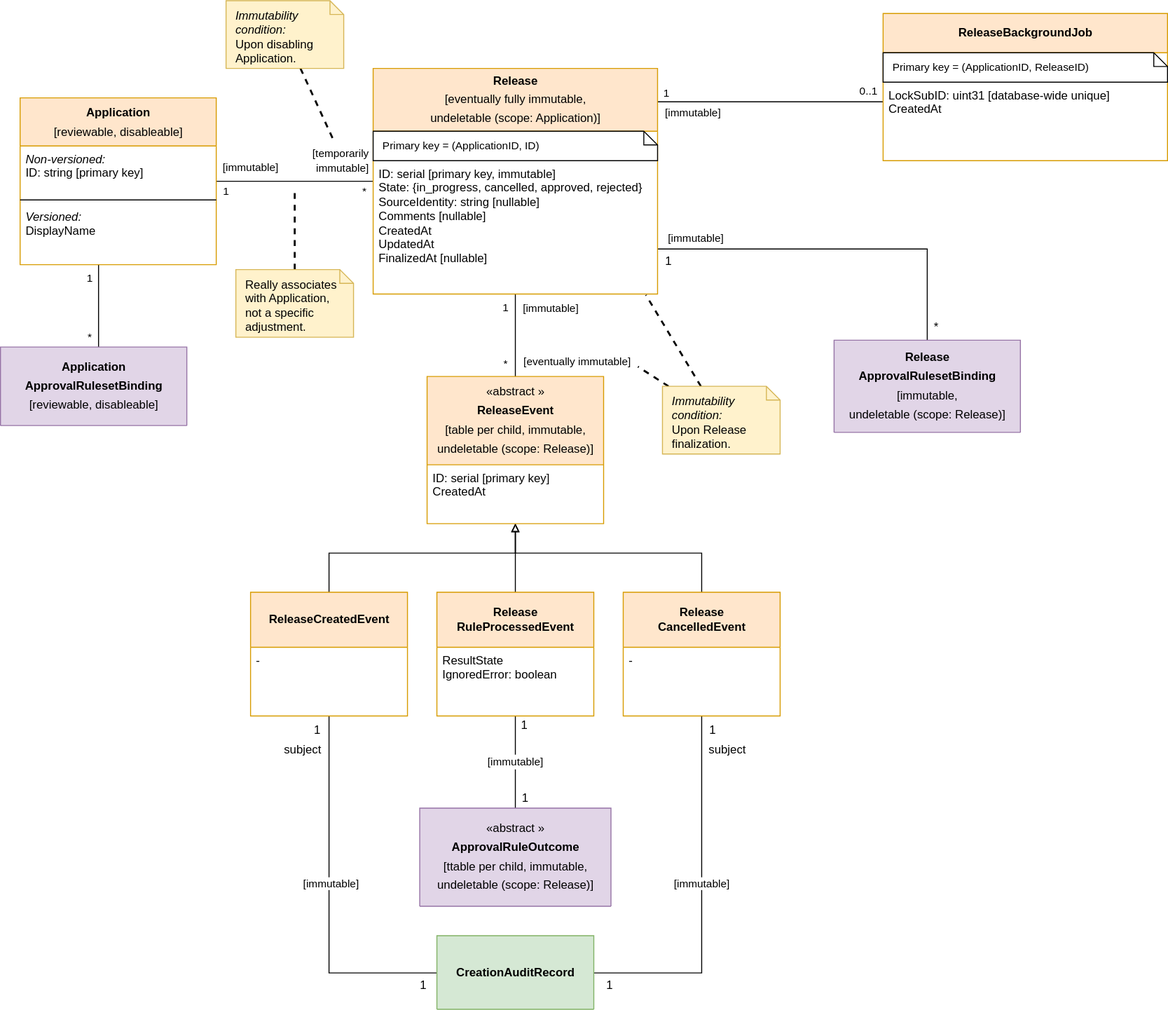
This is devdocs/applications-releases-and-related.drawio.svg from fullstaq-labs/sqedule, a draw.io export, as it was before one commit. Source tidied: cells renumbered, new cells last; positions are measured from the earlier drawing's top-left corner, leaving out a move shared by most shapes.
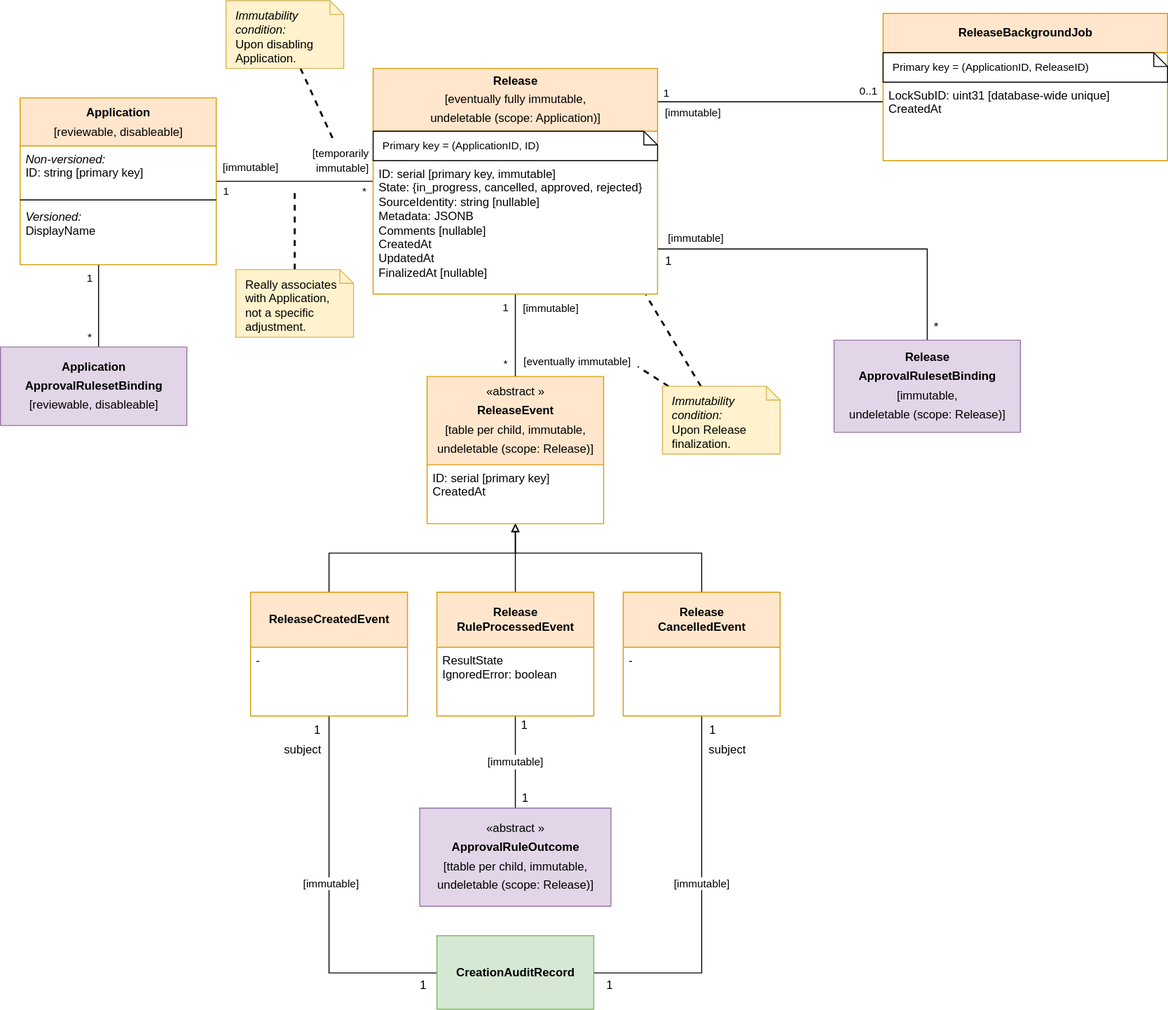
After the change.

Commit message:
Allow adding arbitrary metadata to a Release

Diff of the diagram source:
```diff
@@ -246,7 +246,7 @@
     <mxCell id="55" value="Primary key = (ApplicationID, ID)" style="shape=note;whiteSpace=wrap;html=1;size=14;verticalAlign=top;align=left;spacingTop=-6;fontSize=11;spacing=10;rotation=0;shadow=0;sketch=0;" parent="54" vertex="1">
       <mxGeometry y="64" width="290" height="30" as="geometry" />
     </mxCell>
-    <mxCell id="56" value="ID: serial [primary key, immutable]&#10;State: {in_progress, cancelled, approved, rejected}&#10;SourceIdentity: string [nullable]&#10;Comments [nullable]&#10;CreatedAt&#10;UpdatedAt&#10;FinalizedAt [nullable]" style="text;strokeColor=none;fillColor=none;align=left;verticalAlign=top;spacingLeft=4;spacingRight=4;overflow=hidden;points=[[0,0.5],[1,0.5]];portConstraint=eastwest;whiteSpace=wrap;" parent="54" vertex="1">
+    <mxCell id="56" value="ID: serial [primary key, immutable]&#10;State: {in_progress, cancelled, approved, rejected}&#10;SourceIdentity: string [nullable]&#10;Metadata: JSONB&#10;Comments [nullable]&#10;CreatedAt&#10;UpdatedAt&#10;FinalizedAt [nullable]" style="text;strokeColor=none;fillColor=none;align=left;verticalAlign=top;spacingLeft=4;spacingRight=4;overflow=hidden;points=[[0,0.5],[1,0.5]];portConstraint=eastwest;whiteSpace=wrap;" parent="54" vertex="1">
       <mxGeometry y="94" width="290" height="136" as="geometry" />
     </mxCell>
     <mxCell id="57" style="edgeStyle=orthogonalEdgeStyle;rounded=0;jettySize=auto;html=1;strokeWidth=2;dashed=1;endArrow=none;endFill=0;" parent="1" edge="1" source="58">
```
